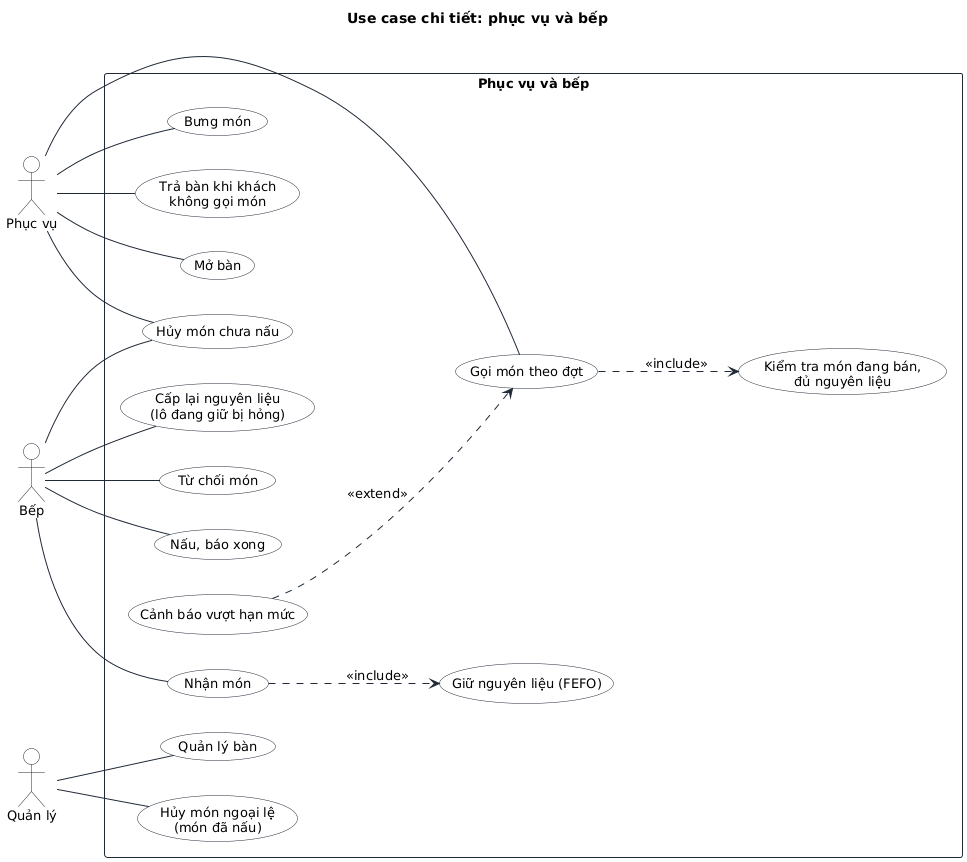
The PlantUML diagram docs/bao-cao-ltnc/uml/uc-ban-hang.png in Anpham120/restaurant-management-system, before a commit.
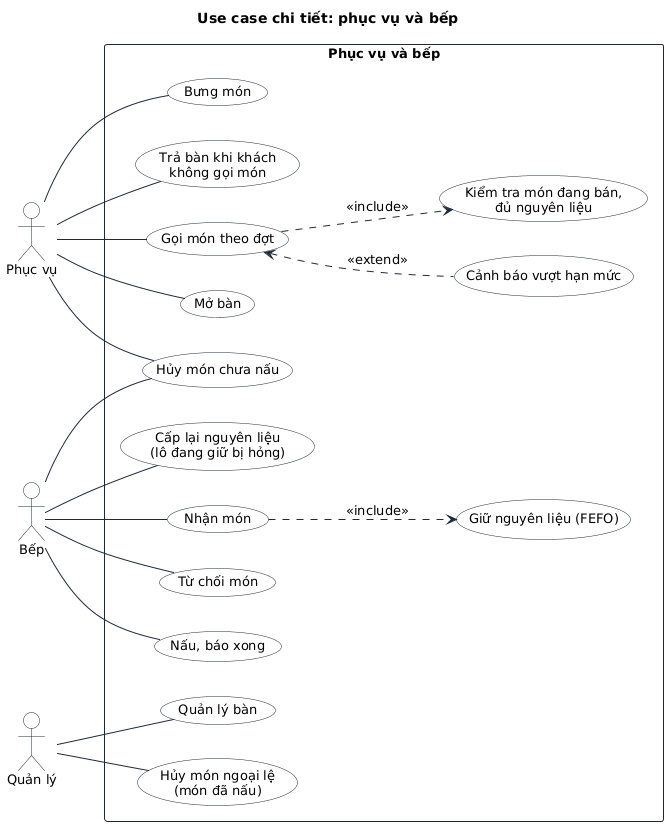
The same diagram one commit later.

Diff of the diagram source:
```diff
@@ -30,7 +30,7 @@
 K -- K4
 M -- M1
 O2 ..> O2a : <<include>>
-O2b ..> O2 : <<extend>>
+O2b .up.> O2 : <<extend>>
 K -- K1
 K -- K2
 K -- K3
```
